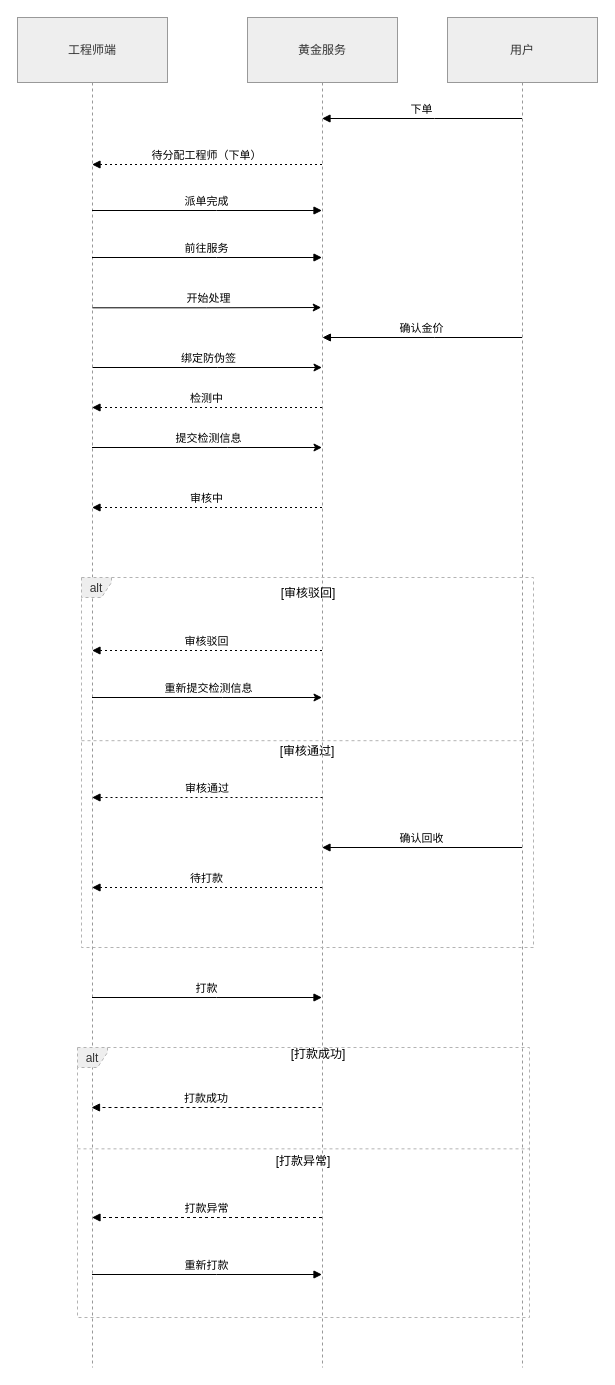
This is 上门回收黄金流程.drawio from Eiji1422/diagrams, a draw.io file, before an edit. Source tidied: cells renumbered, new cells numbered last; positions are measured from the earlier drawing's top-left corner, leaving out a move shared by most shapes. Both pictures are drawn from the tidied source at 100%, with x=0, y=0 at pixel (17, 17).
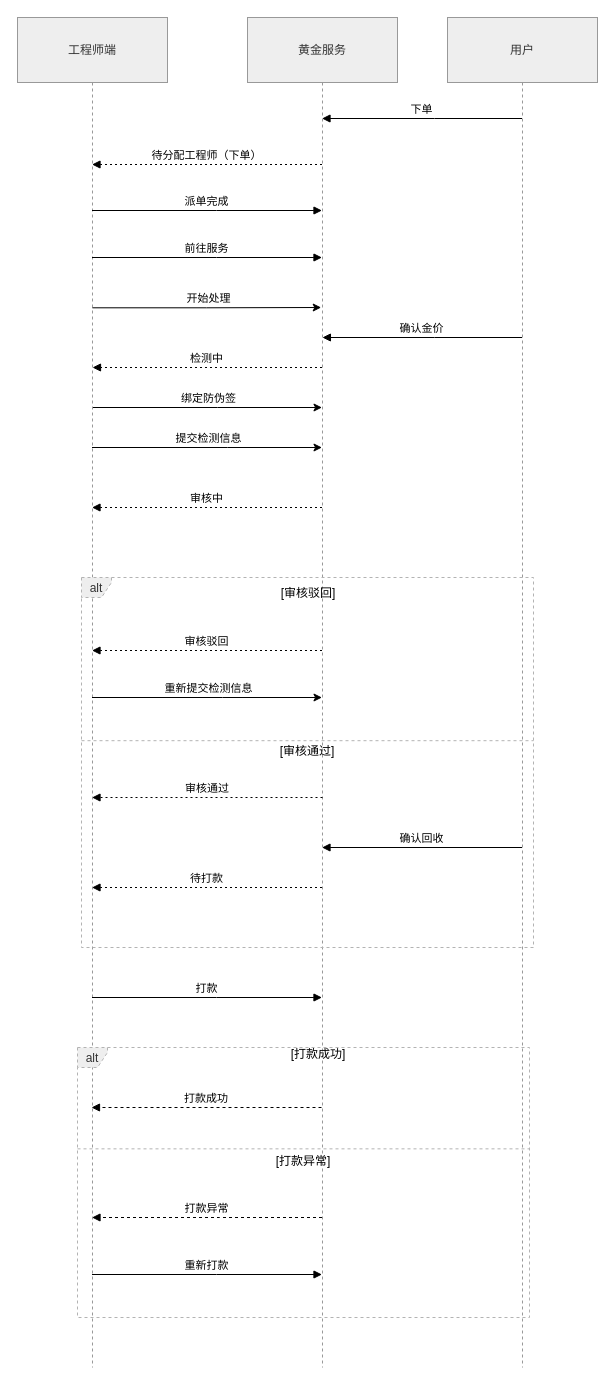
The same page after the edit.

Commit message:
更新上门回收黄金流程.drawio

Unchanged cells that the change refers to:
```xml
<mxCell id="6" value="工程师端" style="shape=umlLifeline;perimeter=lifelinePerimeter;whiteSpace=wrap;outlineConnect=0;portConstraint=eastwest;newEdgeStyle={&quot;edgeStyle&quot;:&quot;elbowEdgeStyle&quot;,&quot;elbow&quot;:&quot;vertical&quot;,&quot;curved&quot;:0,&quot;rounded&quot;:0};size=65;fillColor=light-dark(#eeeeee,#1f2020);strokeColor=light-dark(#999999,#cccccc);fontColor=light-dark(#333333,#cccccc);" parent="1" vertex="1">
  <mxGeometry width="150" height="1350" as="geometry" />
</mxCell>
<mxCell id="7" value="黄金服务" style="shape=umlLifeline;perimeter=lifelinePerimeter;whiteSpace=wrap;outlineConnect=0;portConstraint=eastwest;newEdgeStyle={&quot;edgeStyle&quot;:&quot;elbowEdgeStyle&quot;,&quot;elbow&quot;:&quot;vertical&quot;,&quot;curved&quot;:0,&quot;rounded&quot;:0};size=65;fillColor=light-dark(#eeeeee,#1f2020);strokeColor=light-dark(#999999,#cccccc);fontColor=light-dark(#333333,#cccccc);" parent="1" vertex="1">
  <mxGeometry x="230" width="150" height="1350" as="geometry" />
</mxCell>
```

What changed in the source:
```diff
@@
     <mxCell id="2" style="edgeStyle=elbowEdgeStyle;rounded=0;orthogonalLoop=1;jettySize=auto;html=1;elbow=horizontal;curved=0;" parent="1" edge="1">
       <mxGeometry relative="1" as="geometry">
-        <mxPoint x="74.9" y="350" as="sourcePoint" />
-        <mxPoint x="304.5" y="350" as="targetPoint" />
+        <mxPoint x="74.9" y="390" as="sourcePoint" />
+        <mxPoint x="304.5" y="390" as="targetPoint" />
         <Array as="points">
-          <mxPoint x="200" y="350" />
+          <mxPoint x="200" y="390" />
         </Array>
       </mxGeometry>
     </mxCell>
@@
-    <mxCell id="19" value="检测中" style="verticalAlign=bottom;edgeStyle=elbowEdgeStyle;elbow=vertical;curved=0;rounded=0;dashed=1;dashPattern=2 3;endArrow=block;" parent="1" edge="1" source="7" target="6">
+    <mxCell id="19" value="检测中" style="verticalAlign=bottom;edgeStyle=elbowEdgeStyle;elbow=vertical;curved=0;rounded=0;dashed=1;dashPattern=2 3;endArrow=block;" parent="1" edge="1">
       <mxGeometry relative="1" as="geometry">
+        <mxPoint x="304.5" y="350" as="sourcePoint" />
+        <mxPoint x="75" y="350" as="targetPoint" />
         <Array as="points">
-          <mxPoint x="190" y="390" />
+          <mxPoint x="190" y="350" />
         </Array>
       </mxGeometry>
     </mxCell>
```
